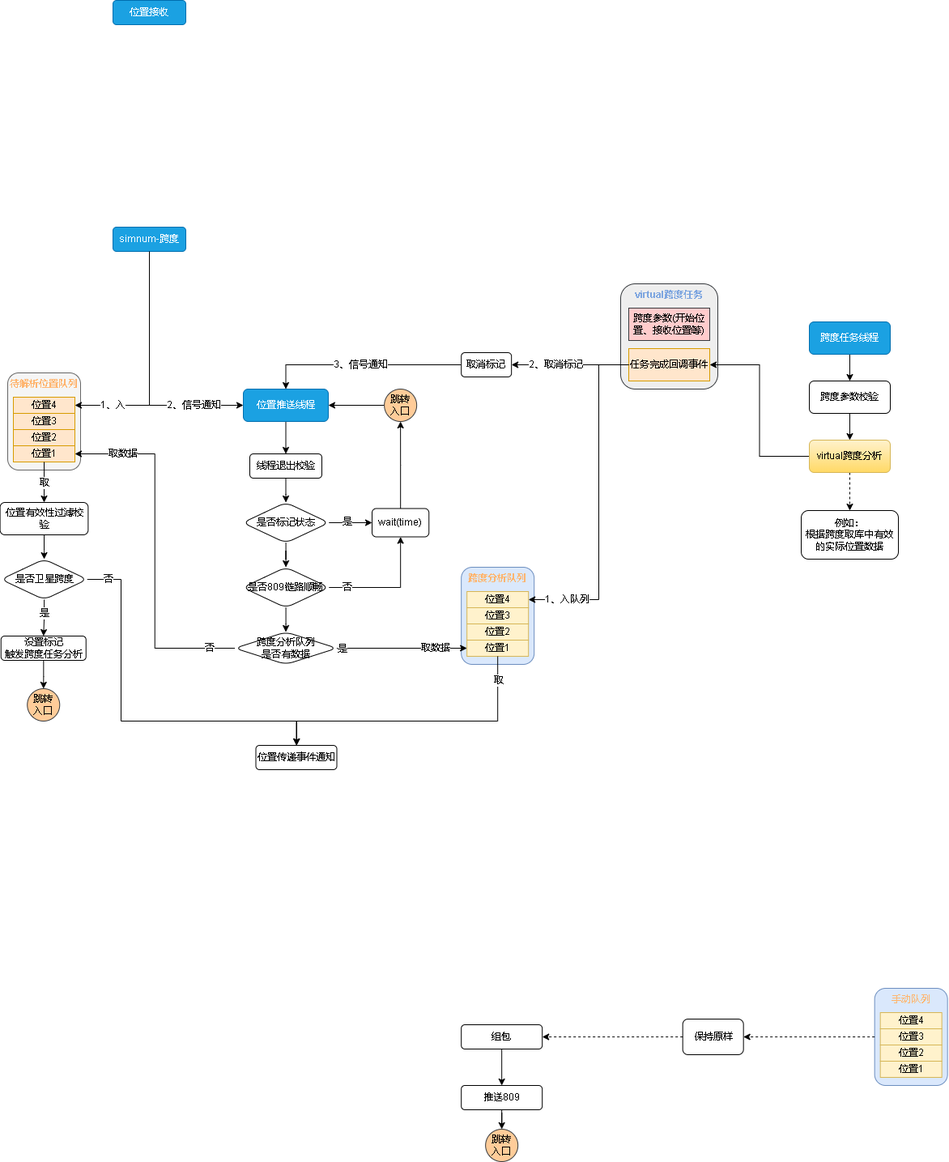
The draw.io diagram 809数据跨度.drawio.png in xktder/draw, before a commit. Source tidied: cells renumbered, new cells last; positions are measured from the earlier drawing's top-left corner, leaving out a move shared by most shapes.
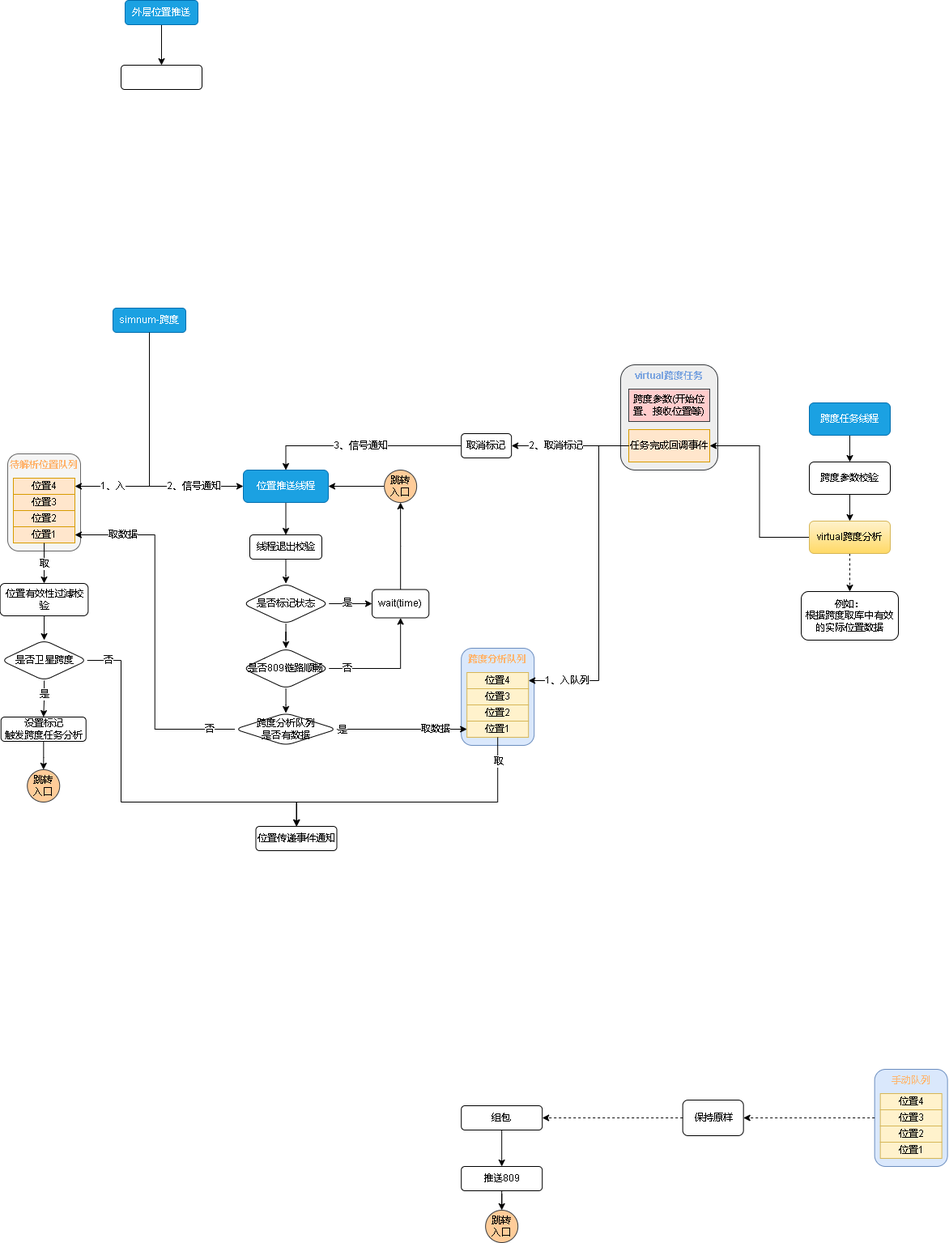
The same diagram one commit later.

Commit message:
更新809数据跨度.drawio.png

Diff of the diagram source:
```diff
@@ -313,8 +313,14 @@
     <mxCell id="89" style="edgeStyle=orthogonalEdgeStyle;rounded=0;jettySize=auto;html=1;dashed=1;fontColor=#7EA6E0;" parent="1" edge="1" source="63" target="88">
       <mxGeometry relative="1" as="geometry" />
     </mxCell>
+    <mxCell id="91" style="edgeStyle=orthogonalEdgeStyle;rounded=0;jettySize=auto;html=1;fontColor=#7EA6E0;" parent="1" edge="1" source="90" target="92">
+      <mxGeometry relative="1" as="geometry" />
+    </mxCell>
-    <mxCell id="90" value="位置接收" style="rounded=1;whiteSpace=wrap;html=1;fillColor=#1ba1e2;fontColor=#ffffff;strokeColor=#006EAF;" parent="1" vertex="1">
-      <mxGeometry x="139" width="90" height="30" as="geometry" />
+    <mxCell id="90" value="外层位置推送" style="rounded=1;whiteSpace=wrap;html=1;fillColor=#1ba1e2;fontColor=#ffffff;strokeColor=#006EAF;" parent="1" vertex="1">
+      <mxGeometry x="154" y="-100" width="90" height="30" as="geometry" />
     </mxCell>
+    <mxCell id="92" style="whiteSpace=wrap;html=1;rounded=1;" parent="1" vertex="1">
+      <mxGeometry x="149" y="-20" width="100" height="30" as="geometry" />
+    </mxCell>
   </root>
 </mxGraphModel>
```
